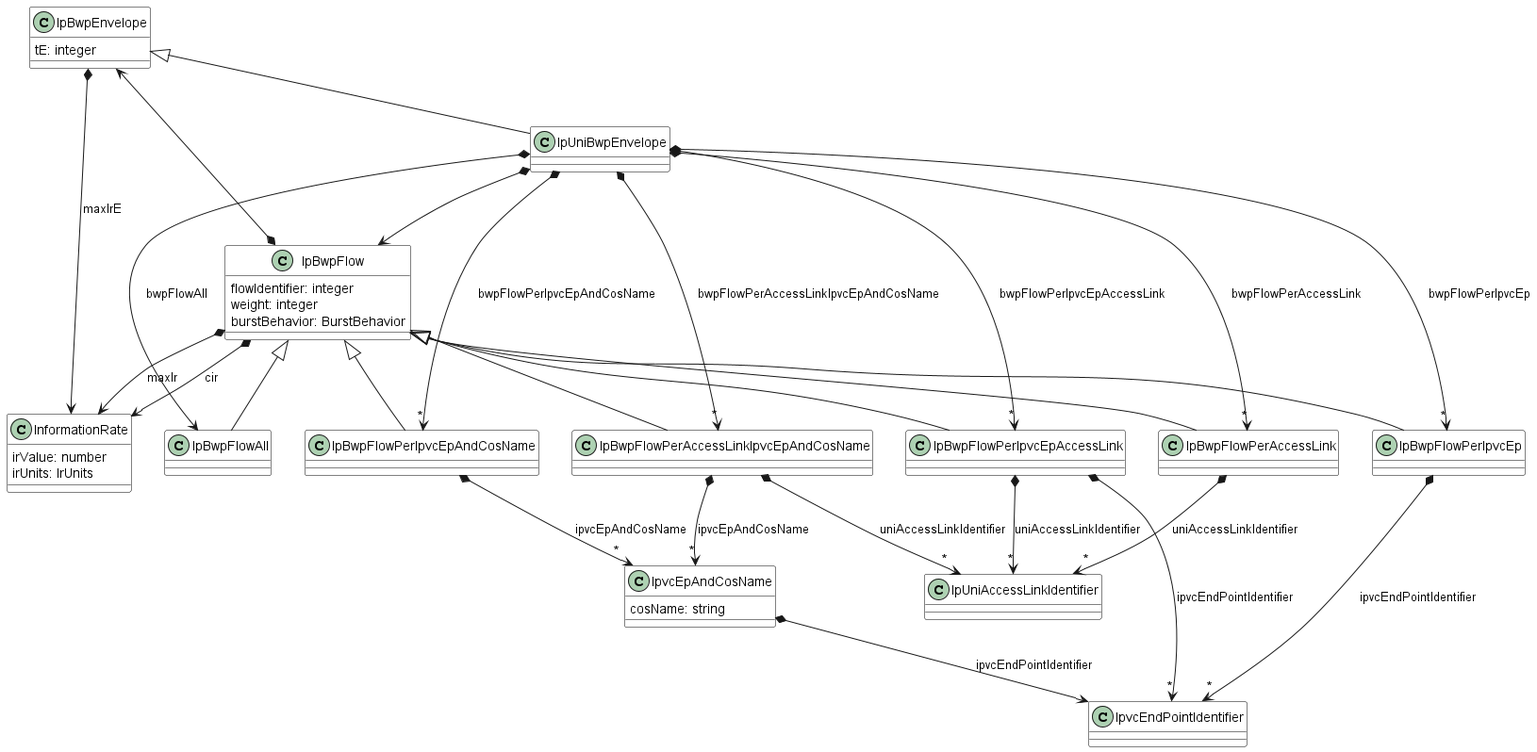
This is documentation/productSchema/ip/internetAccess/MEF 139 resources/media/IpUniBwpEnvelope.png from MEF-GIT/MEF-LSO-Sonata-SDK, a PlantUML export, as it was before one commit. The source it was exported from:
```plantuml
@startuml
skinparam {
    ClassBackgroundColor White
    ClassBorderColor Black
}
class IpBwpFlow {

    flowIdentifier: integer
    weight: integer
    burstBehavior: BurstBehavior
}

IpBwpFlow *--> InformationRate : maxIr
IpBwpFlow *--> InformationRate : cir

IpUniBwpEnvelope *--> IpBwpFlow
IpBwpEnvelope <-d-* IpBwpFlow

class IpBwpEnvelope {

    tE: integer
}

IpBwpEnvelope *--> InformationRate : maxIrE


class IpUniBwpEnvelope {

}
IpBwpEnvelope <|-- IpUniBwpEnvelope

IpUniBwpEnvelope *-->"*" IpBwpFlowPerIpvcEp : bwpFlowPerIpvcEp
IpUniBwpEnvelope *-->"*" IpBwpFlowPerIpvcEpAccessLink : bwpFlowPerIpvcEpAccessLink
IpUniBwpEnvelope *--> IpBwpFlowAll : bwpFlowAll
IpUniBwpEnvelope *-->"*" IpBwpFlowPerAccessLink : bwpFlowPerAccessLink
IpUniBwpEnvelope *-->"*" IpBwpFlowPerIpvcEpAndCosName : bwpFlowPerIpvcEpAndCosName
IpUniBwpEnvelope *-->"*" IpBwpFlowPerAccessLinkIpvcEpAndCosName : bwpFlowPerAccessLinkIpvcEpAndCosName

class IpBwpFlowPerAccessLinkIpvcEpAndCosName {

}
IpBwpFlow <|-d- IpBwpFlowPerAccessLinkIpvcEpAndCosName

IpBwpFlowPerAccessLinkIpvcEpAndCosName *-->"*" IpvcEpAndCosName : ipvcEpAndCosName
IpBwpFlowPerAccessLinkIpvcEpAndCosName *-->"*" IpUniAccessLinkIdentifier : uniAccessLinkIdentifier

class InformationRate {

    irValue: number
    irUnits: IrUnits
}


class IpBwpFlowAll {

}
IpBwpFlow <|-- IpBwpFlowAll



class IpBwpFlowPerIpvcEp {

}
IpBwpFlow <|-- IpBwpFlowPerIpvcEp

IpBwpFlowPerIpvcEp *-->"*" IpvcEndPointIdentifier : ipvcEndPointIdentifier


class IpBwpFlowPerIpvcEpAndCosName {

}
IpBwpFlow <|-- IpBwpFlowPerIpvcEpAndCosName

IpBwpFlowPerIpvcEpAndCosName *-->"*" IpvcEpAndCosName : ipvcEpAndCosName



class IpBwpFlowPerAccessLink {

}
IpBwpFlow <|-- IpBwpFlowPerAccessLink

IpBwpFlowPerAccessLink *-->"*" IpUniAccessLinkIdentifier : uniAccessLinkIdentifier


class IpBwpFlowPerIpvcEpAccessLink {

}
IpBwpFlow <|-- IpBwpFlowPerIpvcEpAccessLink

IpBwpFlowPerIpvcEpAccessLink *-->"*" IpvcEndPointIdentifier : ipvcEndPointIdentifier
IpBwpFlowPerIpvcEpAccessLink *-->"*" IpUniAccessLinkIdentifier : uniAccessLinkIdentifier

class IpvcEpAndCosName {

    cosName: string
}

IpvcEpAndCosName *--> IpvcEndPointIdentifier : ipvcEndPointIdentifier


@enduml
```
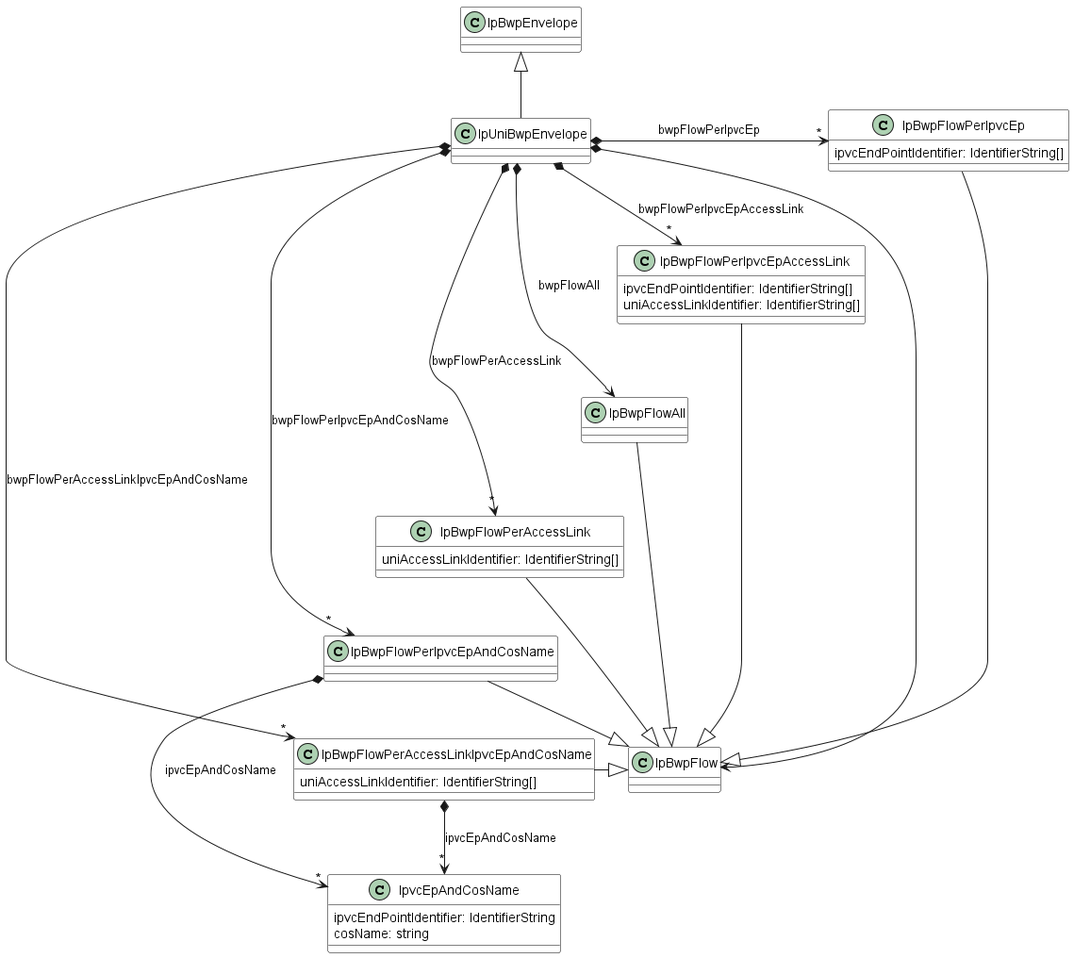
The same file after the commit.

Change to the diagram source:
```diff
@@ -3,100 +3,85 @@
     ClassBackgroundColor White
     ClassBorderColor Black
 }
+IpBwpFlowPerIpvcEp *-d[hidden]-> IpBwpFlowPerIpvcEpAccessLink
+IpBwpFlowPerIpvcEpAccessLink *-d[hidden]-> IpBwpFlowAll
+IpBwpFlowAll *-d[hidden]-> IpBwpFlowPerAccessLink
+IpBwpFlowPerAccessLink *-d[hidden]-> IpBwpFlowPerIpvcEpAndCosName
+IpBwpFlowPerIpvcEpAndCosName *-d[hidden]-> IpBwpFlowPerAccessLinkIpvcEpAndCosName
+
 class IpBwpFlow {
-
-    flowIdentifier: integer
-    weight: integer
-    burstBehavior: BurstBehavior
 }
-
-IpBwpFlow *--> InformationRate : maxIr
-IpBwpFlow *--> InformationRate : cir
-
-IpUniBwpEnvelope *--> IpBwpFlow
-IpBwpEnvelope <-d-* IpBwpFlow
+IpUniBwpEnvelope *-r-> IpBwpFlow
 
 class IpBwpEnvelope {
-
-    tE: integer
 }
-
-IpBwpEnvelope *--> InformationRate : maxIrE
 
 
 class IpUniBwpEnvelope {
 
 }
-IpBwpEnvelope <|-- IpUniBwpEnvelope
+IpBwpEnvelope <|-d- IpUniBwpEnvelope
 
-IpUniBwpEnvelope *-->"*" IpBwpFlowPerIpvcEp : bwpFlowPerIpvcEp
-IpUniBwpEnvelope *-->"*" IpBwpFlowPerIpvcEpAccessLink : bwpFlowPerIpvcEpAccessLink
-IpUniBwpEnvelope *--> IpBwpFlowAll : bwpFlowAll
-IpUniBwpEnvelope *-->"*" IpBwpFlowPerAccessLink : bwpFlowPerAccessLink
-IpUniBwpEnvelope *-->"*" IpBwpFlowPerIpvcEpAndCosName : bwpFlowPerIpvcEpAndCosName
-IpUniBwpEnvelope *-->"*" IpBwpFlowPerAccessLinkIpvcEpAndCosName : bwpFlowPerAccessLinkIpvcEpAndCosName
+IpUniBwpEnvelope *-r->"*" IpBwpFlowPerIpvcEp : bwpFlowPerIpvcEp
+IpUniBwpEnvelope *-r->"*" IpBwpFlowPerIpvcEpAccessLink : bwpFlowPerIpvcEpAccessLink
+IpUniBwpEnvelope *-r-> IpBwpFlowAll : bwpFlowAll
+IpUniBwpEnvelope *-r->"*" IpBwpFlowPerAccessLink : bwpFlowPerAccessLink
+IpUniBwpEnvelope *-r->"*" IpBwpFlowPerIpvcEpAndCosName : bwpFlowPerIpvcEpAndCosName
+IpUniBwpEnvelope *-r->"*" IpBwpFlowPerAccessLinkIpvcEpAndCosName : bwpFlowPerAccessLinkIpvcEpAndCosName
+
+
+
 
 class IpBwpFlowPerAccessLinkIpvcEpAndCosName {
+    uniAccessLinkIdentifier: IdentifierString[]
+}
+IpBwpFlow <|-l- IpBwpFlowPerAccessLinkIpvcEpAndCosName
 
-}
-IpBwpFlow <|-d- IpBwpFlowPerAccessLinkIpvcEpAndCosName
-
-IpBwpFlowPerAccessLinkIpvcEpAndCosName *-->"*" IpvcEpAndCosName : ipvcEpAndCosName
-IpBwpFlowPerAccessLinkIpvcEpAndCosName *-->"*" IpUniAccessLinkIdentifier : uniAccessLinkIdentifier
-
-class InformationRate {
-
-    irValue: number
-    irUnits: IrUnits
-}
+IpBwpFlowPerAccessLinkIpvcEpAndCosName *-r->"*" IpvcEpAndCosName : ipvcEpAndCosName
 
 
 class IpBwpFlowAll {
 
 }
-IpBwpFlow <|-- IpBwpFlowAll
+IpBwpFlow <|-l- IpBwpFlowAll
 
 
 
 class IpBwpFlowPerIpvcEp {
-
+    ipvcEndPointIdentifier: IdentifierString[]
 }
-IpBwpFlow <|-- IpBwpFlowPerIpvcEp
-
-IpBwpFlowPerIpvcEp *-->"*" IpvcEndPointIdentifier : ipvcEndPointIdentifier
+IpBwpFlow <|-l- IpBwpFlowPerIpvcEp
 
 
 class IpBwpFlowPerIpvcEpAndCosName {
 
 }
-IpBwpFlow <|-- IpBwpFlowPerIpvcEpAndCosName
+IpBwpFlow <|-l- IpBwpFlowPerIpvcEpAndCosName
 
-IpBwpFlowPerIpvcEpAndCosName *-->"*" IpvcEpAndCosName : ipvcEpAndCosName
+IpBwpFlowPerIpvcEpAndCosName *-r->"*" IpvcEpAndCosName : ipvcEpAndCosName
 
 
 
 class IpBwpFlowPerAccessLink {
-
+    uniAccessLinkIdentifier: IdentifierString[]
 }
-IpBwpFlow <|-- IpBwpFlowPerAccessLink
-
-IpBwpFlowPerAccessLink *-->"*" IpUniAccessLinkIdentifier : uniAccessLinkIdentifier
+IpBwpFlow <|-l- IpBwpFlowPerAccessLink
 
 
 class IpBwpFlowPerIpvcEpAccessLink {
+    ipvcEndPointIdentifier: IdentifierString[]
+    uniAccessLinkIdentifier: IdentifierString[]
+}
+IpBwpFlow <|-l- IpBwpFlowPerIpvcEpAccessLink
+
+IpvcEpAndCosName *-u[hidden]-> IpBwpFlow
+
+class IpvcEpAndCosName {
+    ipvcEndPointIdentifier: IdentifierString
+    cosName: string
 
 }
-IpBwpFlow <|-- IpBwpFlowPerIpvcEpAccessLink
 
-IpBwpFlowPerIpvcEpAccessLink *-->"*" IpvcEndPointIdentifier : ipvcEndPointIdentifier
-IpBwpFlowPerIpvcEpAccessLink *-->"*" IpUniAccessLinkIdentifier : uniAccessLinkIdentifier
-
-class IpvcEpAndCosName {
-
-    cosName: string
-}
-
-IpvcEpAndCosName *--> IpvcEndPointIdentifier : ipvcEndPointIdentifier
 
 
 @enduml
```
